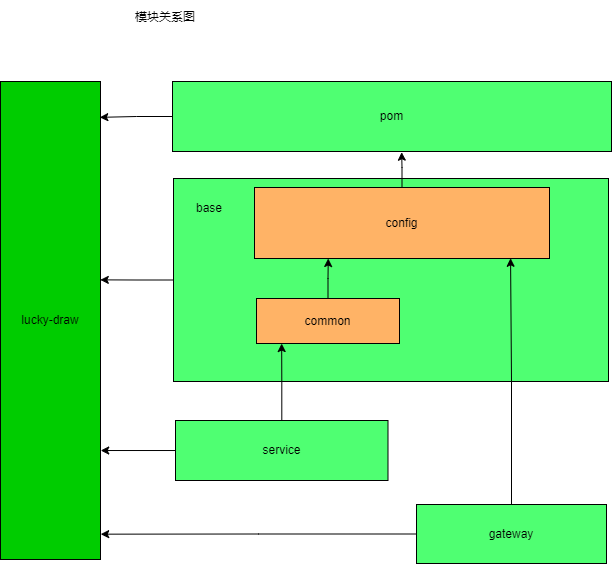
Earlier version of the draw.io export lucky-draw/模块关系.png (Minh-X/draw.io). Source tidied: cells renumbered, new cells last; positions are measured from the earlier drawing's top-left corner, leaving out a move shared by most shapes.
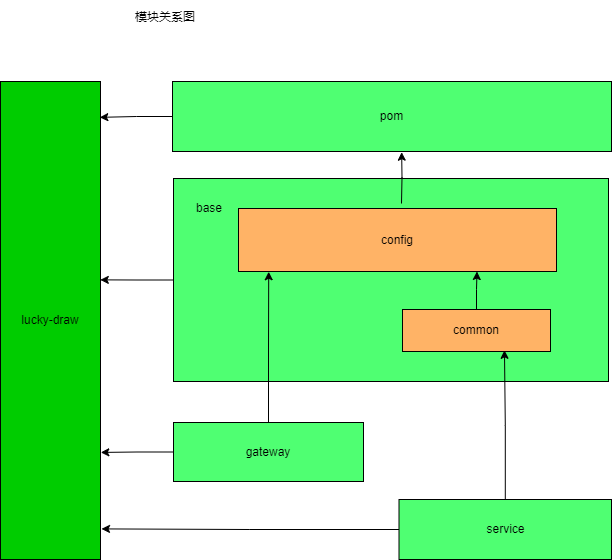
After the commit.

Commit message:
更新模块关系.png

Change to the diagram source:
```diff
@@ -14,35 +14,37 @@
     <mxCell id="5" value="pom" style="rounded=0;whiteSpace=wrap;html=1;fillColor=#4FFF72;" parent="1" vertex="1">
       <mxGeometry x="172" y="81" width="439" height="70" as="geometry" />
     </mxCell>
-    <mxCell id="6" style="edgeStyle=orthogonalEdgeStyle;rounded=0;jettySize=auto;html=1;entryX=0.868;entryY=0.997;entryDx=0;entryDy=0;entryPerimeter=0;" parent="1" edge="1" source="8" target="15">
+    <mxCell id="6" style="edgeStyle=orthogonalEdgeStyle;rounded=0;jettySize=auto;html=1;entryX=0.095;entryY=1.004;entryDx=0;entryDy=0;entryPerimeter=0;" parent="1" edge="1" source="8" target="15">
       <mxGeometry relative="1" as="geometry" />
     </mxCell>
-    <mxCell id="7" style="edgeStyle=orthogonalEdgeStyle;rounded=0;jettySize=auto;html=1;entryX=1.002;entryY=0.947;entryDx=0;entryDy=0;entryPerimeter=0;" parent="1" edge="1" source="8" target="18">
+    <mxCell id="7" style="edgeStyle=orthogonalEdgeStyle;rounded=0;jettySize=auto;html=1;entryX=1.003;entryY=0.776;entryDx=0;entryDy=0;entryPerimeter=0;" parent="1" edge="1" source="8" target="18">
       <mxGeometry relative="1" as="geometry" />
     </mxCell>
     <mxCell id="8" value="gateway" style="rounded=0;whiteSpace=wrap;html=1;fillColor=#4FFF72;" parent="1" vertex="1">
-      <mxGeometry x="416" y="504" width="190" height="59" as="geometry" />
+      <mxGeometry x="173" y="422" width="190" height="59" as="geometry" />
     </mxCell>
-    <mxCell id="9" style="edgeStyle=orthogonalEdgeStyle;rounded=0;jettySize=auto;html=1;entryX=0.176;entryY=1.001;entryDx=0;entryDy=0;entryPerimeter=0;" parent="1" edge="1" source="11" target="13">
+    <mxCell id="9" style="edgeStyle=orthogonalEdgeStyle;rounded=0;jettySize=auto;html=1;entryX=0.689;entryY=0.972;entryDx=0;entryDy=0;entryPerimeter=0;" parent="1" edge="1" source="11" target="13">
       <mxGeometry relative="1" as="geometry" />
     </mxCell>
-    <mxCell id="10" style="edgeStyle=orthogonalEdgeStyle;rounded=0;jettySize=auto;html=1;entryX=1.002;entryY=0.772;entryDx=0;entryDy=0;entryPerimeter=0;" parent="1" edge="1" source="11" target="18">
+    <mxCell id="10" style="edgeStyle=orthogonalEdgeStyle;rounded=0;jettySize=auto;html=1;entryX=1.01;entryY=0.936;entryDx=0;entryDy=0;entryPerimeter=0;" parent="1" edge="1" source="11" target="18">
       <mxGeometry relative="1" as="geometry" />
     </mxCell>
     <mxCell id="11" value="service" style="rounded=0;whiteSpace=wrap;html=1;fillColor=#4FFF72;" parent="1" vertex="1">
-      <mxGeometry x="175" y="420" width="212.5" height="60" as="geometry" />
+      <mxGeometry x="398.5" y="499" width="212.5" height="60" as="geometry" />
     </mxCell>
-    <mxCell id="12" style="edgeStyle=orthogonalEdgeStyle;rounded=0;jettySize=auto;html=1;entryX=0.25;entryY=1;entryDx=0;entryDy=0;" parent="1" edge="1" source="13" target="15">
+    <mxCell id="12" style="edgeStyle=orthogonalEdgeStyle;rounded=0;jettySize=auto;html=1;entryX=0.75;entryY=1;entryDx=0;entryDy=0;" parent="1" edge="1" source="13" target="15">
       <mxGeometry relative="1" as="geometry" />
     </mxCell>
     <mxCell id="13" value="common" style="rounded=0;whiteSpace=wrap;html=1;fillColor=#FFB366;" parent="1" vertex="1">
-      <mxGeometry x="256" y="298" width="143" height="45" as="geometry" />
+      <mxGeometry x="402" y="309" width="148" height="42" as="geometry" />
     </mxCell>
-    <mxCell id="14" style="edgeStyle=orthogonalEdgeStyle;rounded=0;jettySize=auto;html=1;entryX=0.522;entryY=1.01;entryDx=0;entryDy=0;entryPerimeter=0;" parent="1" edge="1" source="15" target="5">
-      <mxGeometry relative="1" as="geometry" />
+    <mxCell id="14" style="edgeStyle=orthogonalEdgeStyle;rounded=0;jettySize=auto;html=1;entryX=0.522;entryY=1.01;entryDx=0;entryDy=0;entryPerimeter=0;" parent="1" edge="1" target="5">
+      <mxGeometry relative="1" as="geometry">
+        <mxPoint x="401" y="203" as="sourcePoint" />
+      </mxGeometry>
     </mxCell>
     <mxCell id="15" value="config" style="rounded=0;whiteSpace=wrap;html=1;fillColor=#FFB366;" parent="1" vertex="1">
-      <mxGeometry x="254" y="187" width="295" height="71" as="geometry" />
+      <mxGeometry x="238" y="208" width="318" height="63" as="geometry" />
     </mxCell>
     <mxCell id="16" value="base" style="text;html=1;strokeColor=none;fillColor=none;align=center;verticalAlign=middle;whiteSpace=wrap;rounded=0;" parent="1" vertex="1">
       <mxGeometry x="179" y="193" width="60" height="30" as="geometry" />
```
